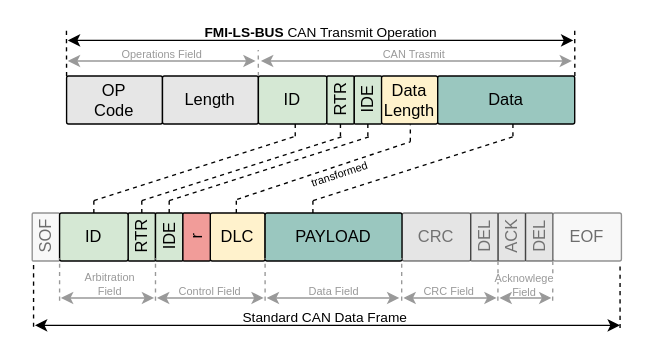
Earlier version of the draw.io diagram docs/images/bus_operation_can_frame_mapping_example.drawio (modelica/fmi-ls-bus). Source tidied: cells renumbered, new cells numbered last; positions are measured from the earlier drawing's top-left corner, leaving out a move shared by most shapes. Both pictures are drawn from the tidied source at 137%, with x=0, y=0 at pixel (32, 23).
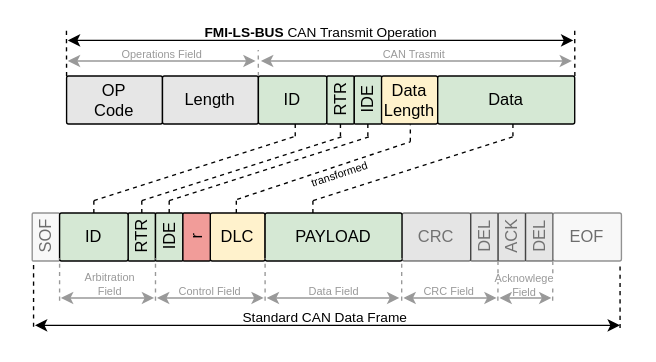
After the change.

Commit message (it also covers changes not shown here):
Fix and harmonize figure 7 description and colors

Unchanged cells that the change refers to:
```xml
<mxCell id="2" style="group;" parent="1" vertex="1">
  <mxGeometry width="430.1" height="222" as="geometry" />
</mxCell>
```

The edit, as a diff of the source:
```diff
@@
-    <mxCell id="9" value="Data" style="rounded=1;whiteSpace=wrap;html=1;arcSize=4;horizontal=1;fillColor=#9AC7BF;" parent="2" vertex="1">
+    <mxCell id="9" value="Data" style="rounded=1;whiteSpace=wrap;html=1;arcSize=4;horizontal=1;fillColor=#D5E8D4;" parent="2" vertex="1">
       <mxGeometry x="296" y="38" width="100" height="35" as="geometry" />
     </mxCell>
@@
-    <mxCell id="15" value="PAYLOAD" style="rounded=1;whiteSpace=wrap;html=1;arcSize=4;horizontal=1;fillColor=#9AC7BF;" parent="2" vertex="1">
+    <mxCell id="15" value="PAYLOAD" style="rounded=1;whiteSpace=wrap;html=1;arcSize=4;horizontal=1;fillColor=#D5E8D4;" parent="2" vertex="1">
       <mxGeometry x="170" y="138" width="100" height="35" as="geometry" />
     </mxCell>
```
